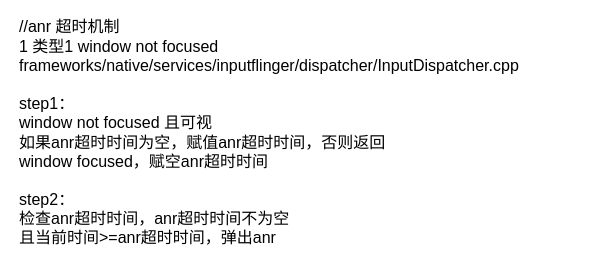
Earlier version of the draw.io diagram page "ANR" (6 of 10) of AF review.drawio (LBACK1912/chart). Source tidied: cells renumbered, new cells numbered last; positions are measured from the earlier drawing's top-left corner, leaving out a move shared by most shapes. Both pictures are drawn from the tidied source at 100%, with x=0, y=0 at pixel (17, 28).
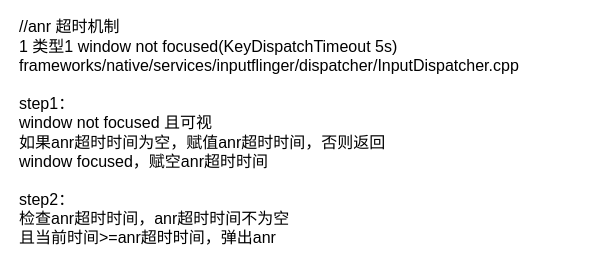
The same page after the edit.

Change to the diagram source:
```diff
@@
 <mxGraphModel>
   <root>
     <mxCell id="0" />
     <mxCell id="1" parent="0" />
-    <mxCell id="2" value="&lt;div align=&quot;left&quot;&gt;&lt;font style=&quot;font-size: 16px&quot;&gt;//anr 超时机制&lt;/font&gt;&lt;br&gt;&lt;font style=&quot;font-size: 16px&quot;&gt;1 类型1 window not focused&lt;/font&gt;&lt;br&gt;&lt;font style=&quot;font-size: 16px&quot;&gt;frameworks/native/services/inputflinger/dispatcher/InputDispatcher.cpp&lt;/font&gt;&lt;br&gt;&lt;font style=&quot;font-size: 16px&quot;&gt;&lt;br&gt;&lt;/font&gt;&lt;/div&gt;&lt;div align=&quot;left&quot;&gt;&lt;font style=&quot;font-size: 16px&quot;&gt;step1：&lt;/font&gt;&lt;br&gt;&lt;font style=&quot;font-size: 16px&quot;&gt;window not focused 且可视&lt;/font&gt;&lt;br&gt;&lt;font style=&quot;font-size: 16px&quot;&gt;如果anr超时时间为空，赋值anr超时时间，否则返回&lt;/font&gt;&lt;br&gt;&lt;font style=&quot;font-size: 16px&quot;&gt;window focused，赋空anr超时时间&lt;/font&gt;&lt;br&gt;&lt;font style=&quot;font-size: 16px&quot;&gt;&lt;br&gt;&lt;/font&gt;&lt;/div&gt;&lt;div align=&quot;left&quot;&gt;&lt;font style=&quot;font-size: 16px&quot;&gt;step2：&lt;/font&gt;&lt;br&gt;&lt;font style=&quot;font-size: 16px&quot;&gt;检查anr超时时间，anr超时时间不为空&lt;/font&gt;&lt;br&gt;&lt;font style=&quot;font-size: 16px&quot;&gt;且当前时间&amp;gt;=anr超时时间，弹出anr&lt;/font&gt;&lt;/div&gt;" style="text;html=1;align=left;verticalAlign=middle;" parent="1" vertex="1">
+    <mxCell id="2" value="&lt;div align=&quot;left&quot;&gt;&lt;font style=&quot;font-size: 16px&quot;&gt;//anr 超时机制&lt;/font&gt;&lt;br&gt;&lt;font style=&quot;font-size: 16px&quot;&gt;1 类型1 window not focused(&lt;/font&gt;&lt;font style=&quot;font-size: 16px&quot;&gt;KeyDispatchTimeout 5s)&lt;/font&gt;&lt;br&gt;&lt;font style=&quot;font-size: 16px&quot;&gt;frameworks/native/services/inputflinger/dispatcher/InputDispatcher.cpp&lt;/font&gt;&lt;br&gt;&lt;font style=&quot;font-size: 16px&quot;&gt;&lt;br&gt;&lt;/font&gt;&lt;/div&gt;&lt;div align=&quot;left&quot;&gt;&lt;font style=&quot;font-size: 16px&quot;&gt;step1：&lt;/font&gt;&lt;br&gt;&lt;font style=&quot;font-size: 16px&quot;&gt;window not focused 且可视&lt;/font&gt;&lt;br&gt;&lt;font style=&quot;font-size: 16px&quot;&gt;如果anr超时时间为空，赋值anr超时时间，否则返回&lt;/font&gt;&lt;br&gt;&lt;font style=&quot;font-size: 16px&quot;&gt;window focused，赋空anr超时时间&lt;/font&gt;&lt;br&gt;&lt;font style=&quot;font-size: 16px&quot;&gt;&lt;br&gt;&lt;/font&gt;&lt;/div&gt;&lt;div align=&quot;left&quot;&gt;&lt;font style=&quot;font-size: 16px&quot;&gt;step2：&lt;/font&gt;&lt;br&gt;&lt;font style=&quot;font-size: 16px&quot;&gt;检查anr超时时间，anr超时时间不为空&lt;/font&gt;&lt;br&gt;&lt;font style=&quot;font-size: 16px&quot;&gt;且当前时间&amp;gt;=anr超时时间，弹出anr&lt;/font&gt;&lt;/div&gt;" style="text;html=1;align=left;verticalAlign=middle;" parent="1" vertex="1">
       <mxGeometry width="560" height="208" as="geometry" />
     </mxCell>
   </root>
 </mxGraphModel>
```
